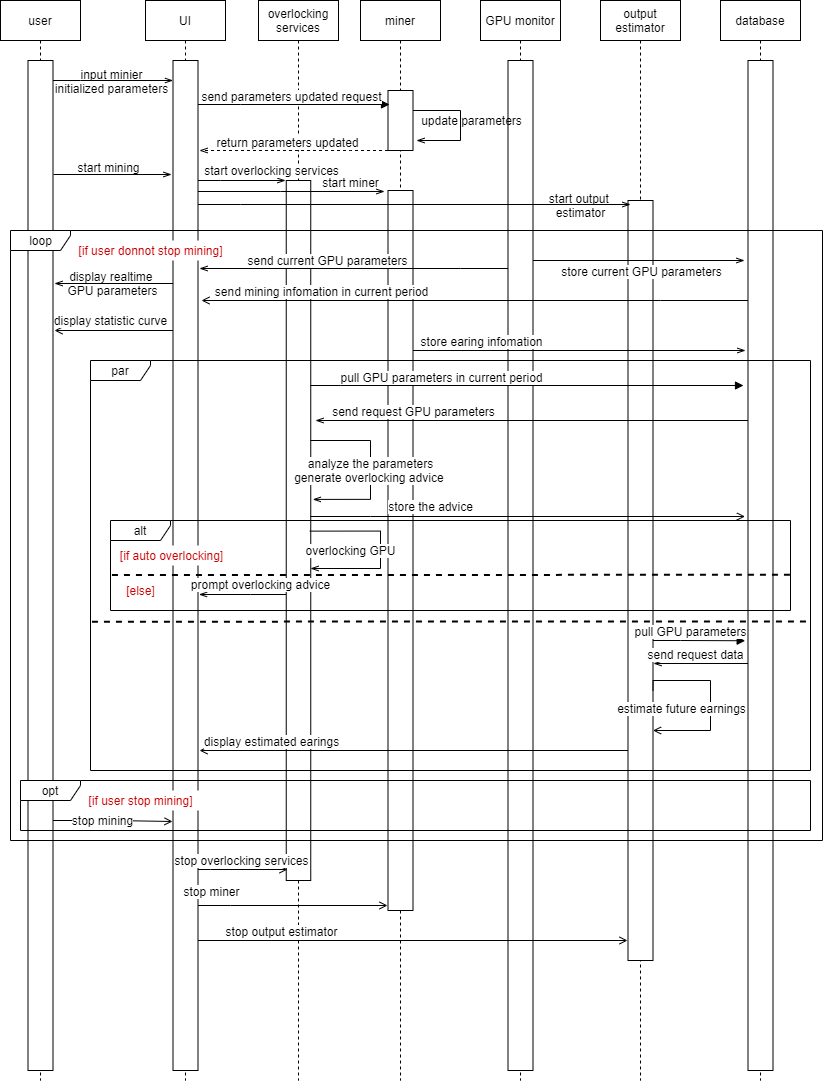
Above: Documentation/Proposal/Diagrams/sequentialDiagram.png in UndertakerW/MinersCoffee (draw.io), before the change. Source tidied: cells renumbered, new cells last; positions are measured from the earlier drawing's top-left corner, leaving out a move shared by most shapes.
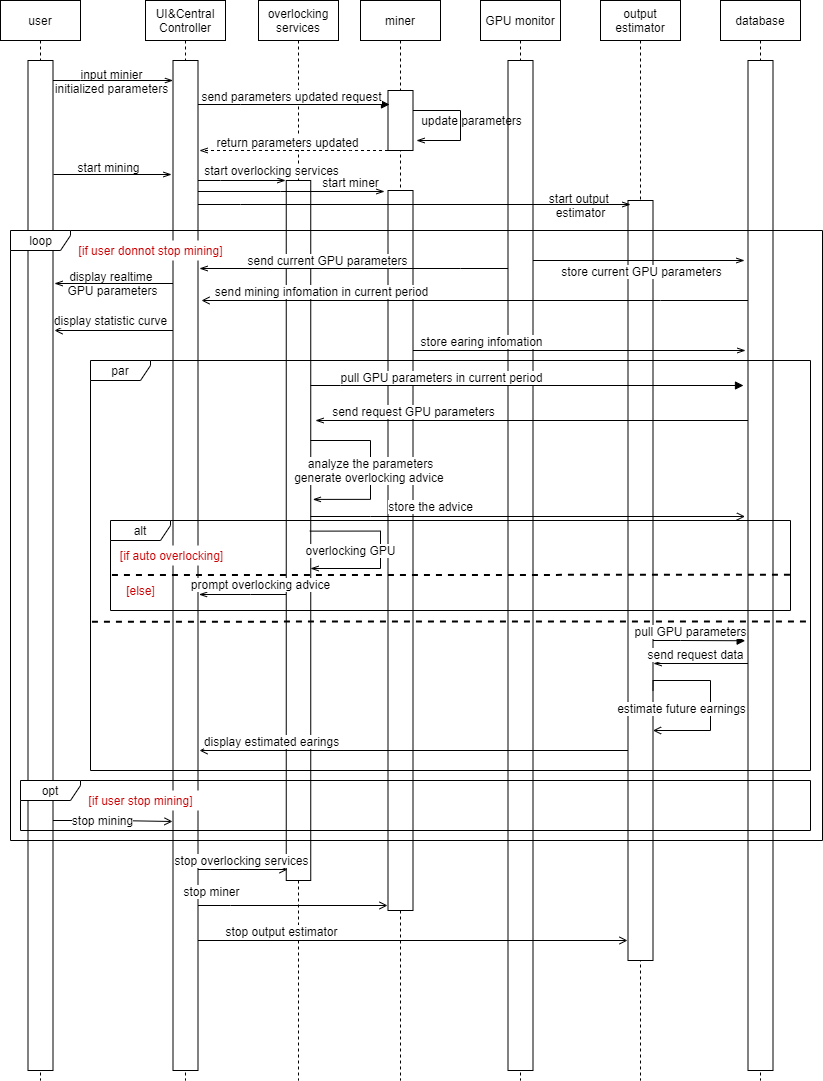
Later version of the same file.

Commit message:
modify sequential diagram

change "UI" to "UI&central controller"

Change to the diagram source:
```diff
@@ -8,7 +8,7 @@
     <mxCell id="3" style="html=1;points=[];perimeter=orthogonalPerimeter;" parent="2" vertex="1">
       <mxGeometry x="27.5" y="60" width="25" height="1010" as="geometry" />
     </mxCell>
-    <mxCell id="4" value="UI" style="shape=umlLifeline;perimeter=lifelinePerimeter;whiteSpace=wrap;html=1;" parent="1" vertex="1">
+    <mxCell id="4" value="UI&amp;amp;Central Controller" style="shape=umlLifeline;perimeter=lifelinePerimeter;whiteSpace=wrap;html=1;" parent="1" vertex="1">
       <mxGeometry x="145" width="80" height="1080" as="geometry" />
     </mxCell>
     <mxCell id="5" style="html=1;points=[];perimeter=orthogonalPerimeter;" parent="4" vertex="1">
```
